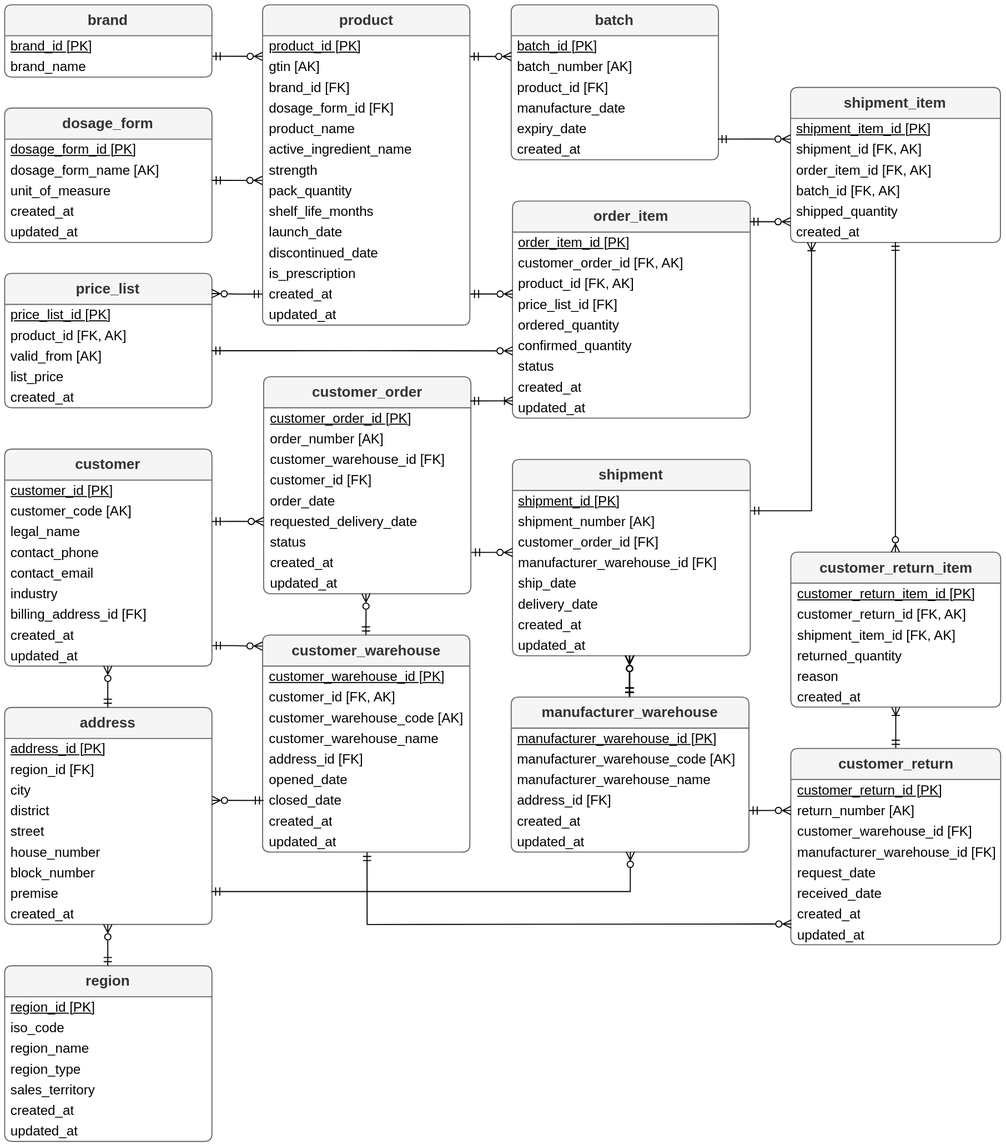
IliaTimchuk/ZIP-Data-Pipeline keeps this draw.io diagram as docs/images/ERP_entity_relationship.svg. Above is the earlier version. Source tidied: cells renumbered, new cells last; positions are measured from the earlier drawing's top-left corner, leaving out a move shared by most shapes.
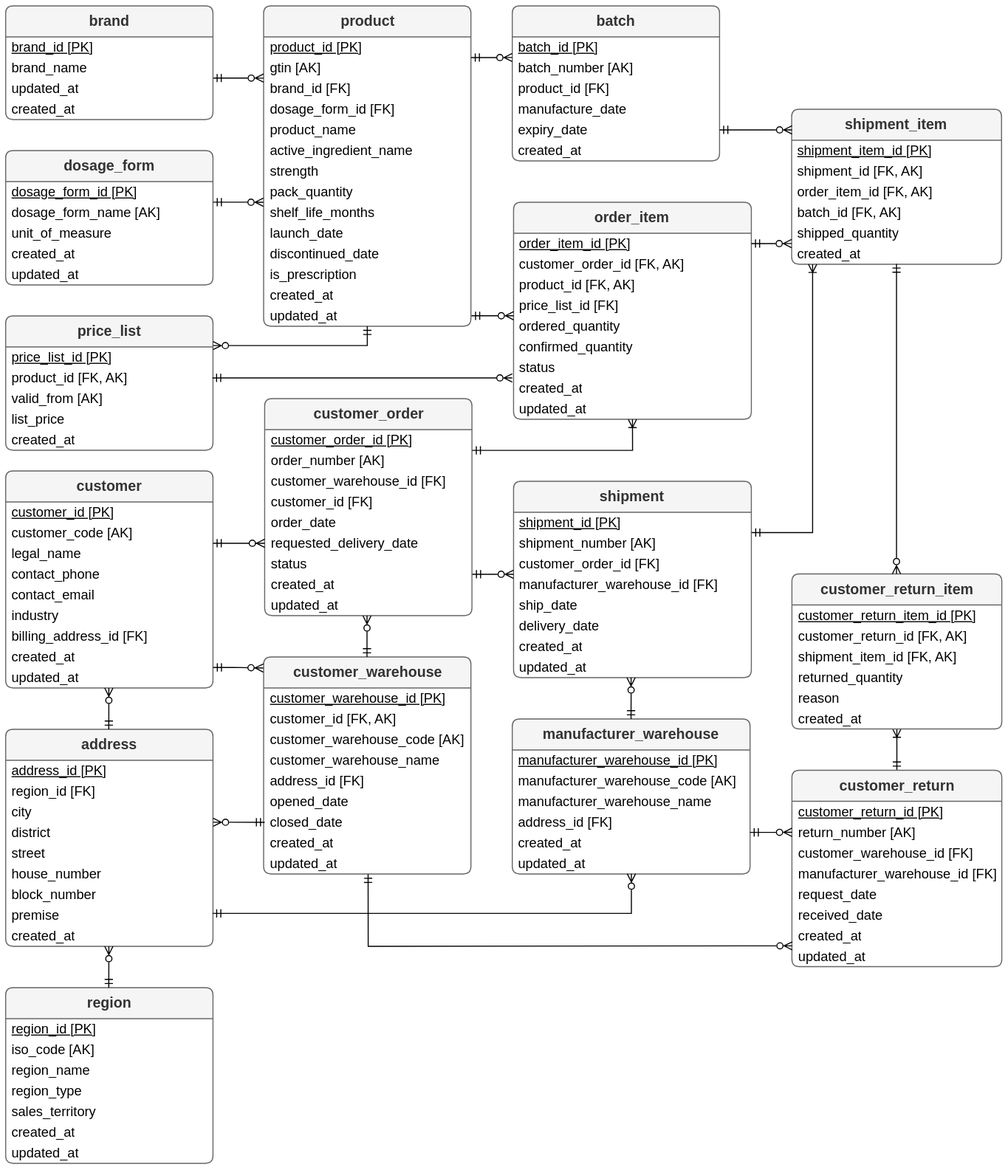
The same diagram one commit later.

Change to the diagram source:
```diff
@@ -3,7 +3,7 @@
     <mxCell id="0" />
     <mxCell id="1" parent="0" />
     <mxCell id="2" value="&lt;b&gt;&lt;font style=&quot;font-size: 14px;&quot;&gt;product&lt;/font&gt;&lt;/b&gt;" style="swimlane;fontStyle=0;horizontal=1;startSize=30;whiteSpace=wrap;html=1;rounded=1;arcSize=8;fontSize=13;fillColor=#f5f5f5;strokeColor=#666666;fontColor=#333333;" parent="1" vertex="1">
-      <mxGeometry x="249" width="200.5" height="310" as="geometry" />
+      <mxGeometry x="249" y="-20" width="200.5" height="310" as="geometry" />
     </mxCell>
     <mxCell id="3" value="&lt;u&gt;product_id [PK]&lt;/u&gt;" style="text;align=left;verticalAlign=middle;spacingLeft=4;spacingRight=4;overflow=hidden;whiteSpace=wrap;html=1;fontSize=13;" parent="2" vertex="1">
       <mxGeometry y="30" width="200.5" height="20" as="geometry" />
@@ -48,7 +48,7 @@
       <mxGeometry y="290" width="200.5" height="20" as="geometry" />
     </mxCell>
     <mxCell id="17" value="&lt;b&gt;&lt;font style=&quot;font-size: 14px;&quot;&gt;batch&lt;/font&gt;&lt;/b&gt;" style="swimlane;fontStyle=0;horizontal=1;startSize=30;whiteSpace=wrap;html=1;rounded=1;arcSize=8;fontSize=13;fillColor=#f5f5f5;fontColor=#333333;strokeColor=#666666;" parent="1" vertex="1">
-      <mxGeometry x="489.5" width="200.5" height="150" as="geometry" />
+      <mxGeometry x="489.5" y="-20" width="200.5" height="150" as="geometry" />
     </mxCell>
     <mxCell id="18" value="&lt;u&gt;batch_id [PK]&lt;/u&gt;" style="text;align=left;verticalAlign=middle;spacingLeft=4;spacingRight=4;overflow=hidden;points=[[0,0.5],[1,0.5]];portConstraint=eastwest;whiteSpace=wrap;html=1;fontSize=13;" parent="17" vertex="1">
       <mxGeometry y="30" width="200.5" height="20" as="geometry" />
@@ -69,7 +69,7 @@
       <mxGeometry y="130" width="200.5" height="20" as="geometry" />
     </mxCell>
     <mxCell id="24" value="&lt;b&gt;&lt;font style=&quot;font-size: 14px;&quot;&gt;order_item&lt;/font&gt;&lt;/b&gt;" style="swimlane;fontStyle=0;horizontal=1;startSize=30;whiteSpace=wrap;html=1;rounded=1;arcSize=8;fontSize=13;fillColor=#f5f5f5;fontColor=#333333;strokeColor=#666666;" parent="1" vertex="1">
-      <mxGeometry x="490.8" y="190" width="230" height="210" as="geometry" />
+      <mxGeometry x="490.8" y="170" width="230" height="210" as="geometry" />
     </mxCell>
     <mxCell id="25" value="&lt;u&gt;order_item_id [PK]&lt;/u&gt;" style="text;align=left;verticalAlign=middle;spacingLeft=4;spacingRight=4;overflow=hidden;points=[[0,0.5],[1,0.5]];portConstraint=eastwest;whiteSpace=wrap;html=1;fontSize=13;" parent="24" vertex="1">
       <mxGeometry y="30" width="230" height="20" as="geometry" />
@@ -101,7 +101,8 @@
     <mxCell id="34" style="edgeStyle=orthogonalEdgeStyle;rounded=0;jettySize=auto;html=1;entryX=0;entryY=0.998;entryDx=0;entryDy=0;startArrow=ERmandOne;startFill=0;endArrow=ERzeroToMany;endFill=0;fontSize=12;strokeWidth=1;entryPerimeter=0;exitX=1.001;exitY=0.002;exitDx=0;exitDy=0;exitPerimeter=0;" parent="1" edge="1" source="4" target="18">
       <mxGeometry relative="1" as="geometry">
         <Array as="points">
-          <mxPoint x="489.5" y="50" />
+          <mxPoint x="470" y="30" />
+          <mxPoint x="470" y="30" />
         </Array>
       </mxGeometry>
     </mxCell>
@@ -324,17 +325,16 @@
     <mxCell id="105" value="updated_at" style="text;align=left;verticalAlign=middle;spacingLeft=4;spacingRight=4;overflow=hidden;points=[[0,0.5],[1,0.5]];portConstraint=eastwest;whiteSpace=wrap;html=1;fontSize=13;" parent="96" vertex="1">
       <mxGeometry y="190" width="200.5" height="20" as="geometry" />
     </mxCell>
-    <mxCell id="106" style="edgeStyle=orthogonalEdgeStyle;rounded=0;jettySize=auto;html=1;endArrow=ERmandOne;endFill=0;startArrow=ERoneToMany;startFill=0;strokeWidth=1;exitX=0.001;exitY=0.168;exitDx=0;exitDy=0;exitPerimeter=0;" parent="1" edge="1" source="33">
+    <mxCell id="106" style="edgeStyle=orthogonalEdgeStyle;rounded=0;jettySize=auto;html=1;endArrow=ERmandOne;endFill=0;startArrow=ERoneToMany;startFill=0;strokeWidth=1;exitX=0.5;exitY=1.004;exitDx=0;exitDy=0;exitPerimeter=0;entryX=1.001;entryY=0.007;entryDx=0;entryDy=0;entryPerimeter=0;" parent="1" edge="1" source="33" target="78">
       <mxGeometry relative="1" as="geometry">
-        <mxPoint x="450" y="383.4" as="targetPoint" />
+        <Array as="points">
+          <mxPoint x="605.8" y="410.2" />
+        </Array>
       </mxGeometry>
     </mxCell>
-    <mxCell id="107" style="edgeStyle=orthogonalEdgeStyle;rounded=0;jettySize=auto;html=1;endArrow=ERmandOne;endFill=0;startArrow=ERzeroToMany;startFill=0;strokeWidth=1;entryX=0.998;entryY=0.095;entryDx=0;entryDy=0;entryPerimeter=0;" parent="1" edge="1" target="24">
+    <mxCell id="107" style="edgeStyle=orthogonalEdgeStyle;rounded=0;jettySize=auto;html=1;endArrow=ERmandOne;endFill=0;startArrow=ERzeroToMany;startFill=0;strokeWidth=1;entryX=1;entryY=0.5;entryDx=0;entryDy=0;" parent="1" edge="1" target="25">
       <mxGeometry relative="1" as="geometry">
         <mxPoint x="759.7" y="210" as="sourcePoint" />
-        <Array as="points">
-          <mxPoint x="729.8" y="210" />
-        </Array>
       </mxGeometry>
     </mxCell>
     <mxCell id="108" style="edgeStyle=orthogonalEdgeStyle;rounded=0;jettySize=auto;html=1;entryX=1.001;entryY=-0.017;entryDx=0;entryDy=0;entryPerimeter=0;endArrow=ERmandOne;endFill=0;startArrow=ERoneToMany;startFill=0;strokeWidth=1;" parent="1" edge="1" source="42" target="53">
@@ -359,7 +359,7 @@
         </Array>
       </mxGeometry>
     </mxCell>
-    <mxCell id="111" style="edgeStyle=orthogonalEdgeStyle;rounded=0;orthogonalLoop=1;jettySize=auto;html=1;entryX=0.482;entryY=0.979;entryDx=0;entryDy=0;entryPerimeter=0;endArrow=ERzeroToMany;endFill=0;startArrow=ERmandOne;startFill=0;strokeWidth=1.5;" parent="1" edge="1">
+    <mxCell id="111" style="edgeStyle=orthogonalEdgeStyle;rounded=0;orthogonalLoop=1;jettySize=auto;html=1;entryX=0.482;entryY=0.979;entryDx=0;entryDy=0;entryPerimeter=0;endArrow=ERzeroToMany;endFill=0;startArrow=ERmandOne;startFill=0;strokeWidth=1;" parent="1" edge="1">
       <mxGeometry relative="1" as="geometry">
         <mxPoint x="604.4" y="670" as="sourcePoint" />
         <mxPoint x="604.4" y="630" as="targetPoint" />
@@ -388,7 +388,7 @@
       </mxGeometry>
     </mxCell>
     <mxCell id="115" value="&lt;b&gt;&lt;font style=&quot;font-size: 14px;&quot;&gt;brand&lt;/font&gt;&lt;/b&gt;" style="swimlane;fontStyle=0;horizontal=1;startSize=30;whiteSpace=wrap;html=1;rounded=1;arcSize=8;fontSize=13;fillColor=#f5f5f5;fontColor=#333333;strokeColor=#666666;" parent="1" vertex="1">
-      <mxGeometry x="-0.5" width="200.5" height="70" as="geometry" />
+      <mxGeometry x="-0.5" y="-20" width="200.5" height="110" as="geometry" />
     </mxCell>
     <mxCell id="116" value="&lt;u&gt;brand_id [PK]&lt;/u&gt;" style="text;align=left;verticalAlign=middle;spacingLeft=4;spacingRight=4;overflow=hidden;whiteSpace=wrap;html=1;fontSize=13;" parent="115" vertex="1">
       <mxGeometry y="30" width="200.5" height="20" as="geometry" />
@@ -396,8 +396,14 @@
     <mxCell id="117" value="brand_name" style="text;align=left;verticalAlign=middle;spacingLeft=4;spacingRight=4;overflow=hidden;whiteSpace=wrap;html=1;fontSize=13;" parent="115" vertex="1">
       <mxGeometry y="50" width="200.5" height="20" as="geometry" />
     </mxCell>
+    <mxCell id="159" value="updated_at" style="text;align=left;verticalAlign=middle;spacingLeft=4;spacingRight=4;overflow=hidden;whiteSpace=wrap;html=1;fontSize=13;" parent="115" vertex="1">
+      <mxGeometry y="70" width="200.5" height="20" as="geometry" />
+    </mxCell>
+    <mxCell id="160" value="created_at" style="text;align=left;verticalAlign=middle;spacingLeft=4;spacingRight=4;overflow=hidden;whiteSpace=wrap;html=1;fontSize=13;" parent="115" vertex="1">
+      <mxGeometry y="90" width="200.5" height="20" as="geometry" />
+    </mxCell>
     <mxCell id="118" value="&lt;b&gt;&lt;font style=&quot;font-size: 14px;&quot;&gt;dosage_form&lt;/font&gt;&lt;/b&gt;" style="swimlane;fontStyle=0;horizontal=1;startSize=30;whiteSpace=wrap;html=1;rounded=1;arcSize=8;fontSize=13;fillColor=#f5f5f5;fontColor=#333333;strokeColor=#666666;" parent="1" vertex="1">
-      <mxGeometry x="-0.5" y="100" width="200.5" height="130" as="geometry" />
+      <mxGeometry x="-0.5" y="120" width="200.5" height="130" as="geometry" />
     </mxCell>
     <mxCell id="119" value="&lt;u&gt;dosage_form_id [PK]&lt;/u&gt;" style="text;align=left;verticalAlign=middle;spacingLeft=4;spacingRight=4;overflow=hidden;whiteSpace=wrap;html=1;fontSize=13;" parent="118" vertex="1">
       <mxGeometry y="30" width="200.5" height="20" as="geometry" />
@@ -421,7 +427,7 @@
       </mxGeometry>
     </mxCell>
     <mxCell id="125" value="&lt;b&gt;&lt;font style=&quot;font-size: 14px;&quot;&gt;price_list&lt;/font&gt;&lt;/b&gt;" style="swimlane;fontStyle=0;horizontal=1;startSize=30;whiteSpace=wrap;html=1;rounded=1;arcSize=8;fontSize=13;fillColor=#f5f5f5;fontColor=#333333;strokeColor=#666666;" parent="1" vertex="1">
-      <mxGeometry x="-0.5" y="260" width="200.5" height="130" as="geometry" />
+      <mxGeometry x="-0.5" y="280" width="200.5" height="130" as="geometry" />
     </mxCell>
     <mxCell id="126" value="&lt;u&gt;price_list_id [PK]&lt;/u&gt;" style="text;align=left;verticalAlign=middle;spacingLeft=4;spacingRight=4;overflow=hidden;whiteSpace=wrap;html=1;fontSize=13;" parent="125" vertex="1">
       <mxGeometry y="30" width="200.5" height="20" as="geometry" />
@@ -438,25 +444,30 @@
     <mxCell id="130" value="created_at" style="text;align=left;verticalAlign=middle;spacingLeft=4;spacingRight=4;overflow=hidden;whiteSpace=wrap;html=1;fontSize=13;" parent="125" vertex="1">
       <mxGeometry y="110" width="200.5" height="20" as="geometry" />
     </mxCell>
-    <mxCell id="131" style="edgeStyle=orthogonalEdgeStyle;rounded=0;jettySize=auto;html=1;endArrow=ERzeroToMany;endFill=0;startArrow=ERmandOne;startFill=0;strokeWidth=1;exitX=0;exitY=0.5;exitDx=0;exitDy=0;" parent="1" edge="1" source="15">
+    <mxCell id="131" style="edgeStyle=orthogonalEdgeStyle;rounded=0;jettySize=auto;html=1;endArrow=ERzeroToMany;endFill=0;startArrow=ERmandOne;startFill=0;strokeWidth=1;exitX=0.5;exitY=1;exitDx=0;exitDy=0;entryX=1;entryY=0.5;entryDx=0;entryDy=0;" parent="1" edge="1" source="2">
       <mxGeometry relative="1" as="geometry">
-        <mxPoint x="199.9" y="279.5" as="targetPoint" />
+        <mxPoint x="200" y="308.7" as="targetPoint" />
         <Array as="points">
-          <mxPoint x="224.7" y="280" />
+          <mxPoint x="349.3" y="308.7" />
         </Array>
       </mxGeometry>
     </mxCell>
-    <mxCell id="132" style="edgeStyle=orthogonalEdgeStyle;rounded=0;jettySize=auto;html=1;endArrow=ERzeroToMany;endFill=0;startArrow=ERmandOne;startFill=0;strokeWidth=1;entryX=0;entryY=0.5;entryDx=0;entryDy=0;exitX=0.999;exitY=0.242;exitDx=0;exitDy=0;exitPerimeter=0;" parent="1" edge="1" source="128">
+    <mxCell id="132" style="edgeStyle=orthogonalEdgeStyle;rounded=0;orthogonalLoop=1;jettySize=auto;html=1;endArrow=ERzeroToMany;endFill=0;startArrow=ERmandOne;startFill=0;strokeWidth=1;exitX=1;exitY=0.743;exitDx=0;exitDy=0;exitPerimeter=0;" parent="1" edge="1">
       <mxGeometry relative="1" as="geometry">
-        <mxPoint x="490.8" y="334.9" as="targetPoint" />
+        <mxPoint x="199.5" y="340" as="sourcePoint" />
+        <mxPoint x="489.5" y="340" as="targetPoint" />
+        <Array as="points">
+          <mxPoint x="349.5" y="340.1" />
+          <mxPoint x="349.5" y="340.1" />
+        </Array>
       </mxGeometry>
     </mxCell>
     <mxCell id="133" style="edgeStyle=orthogonalEdgeStyle;rounded=0;orthogonalLoop=1;jettySize=auto;html=1;endArrow=ERmandOne;endFill=0;startArrow=ERzeroToMany;startFill=0;strokeWidth=1;" parent="1" edge="1">
       <mxGeometry relative="1" as="geometry">
-        <mxPoint x="759.6" y="130" as="sourcePoint" />
-        <mxPoint x="689.5" y="130" as="targetPoint" />
+        <mxPoint x="760.1" y="100" as="sourcePoint" />
+        <mxPoint x="690" y="100" as="targetPoint" />
         <Array as="points">
-          <mxPoint x="729.4" y="130" />
+          <mxPoint x="729.9" y="100" />
         </Array>
       </mxGeometry>
     </mxCell>
@@ -472,7 +483,7 @@
     <mxCell id="136" value="&lt;u&gt;region_id [PK]&lt;/u&gt;" style="text;align=left;verticalAlign=middle;spacingLeft=4;spacingRight=4;overflow=hidden;whiteSpace=wrap;html=1;fontSize=13;" parent="135" vertex="1">
       <mxGeometry y="30" width="200.5" height="20" as="geometry" />
     </mxCell>
-    <mxCell id="137" value="iso_code" style="text;align=left;verticalAlign=middle;spacingLeft=4;spacingRight=4;overflow=hidden;whiteSpace=wrap;html=1;fontSize=13;" parent="135" vertex="1">
+    <mxCell id="137" value="iso_code [AK]" style="text;align=left;verticalAlign=middle;spacingLeft=4;spacingRight=4;overflow=hidden;whiteSpace=wrap;html=1;fontSize=13;" parent="135" vertex="1">
       <mxGeometry y="50" width="200.5" height="20" as="geometry" />
     </mxCell>
     <mxCell id="138" value="region_name" style="text;align=left;verticalAlign=middle;spacingLeft=4;spacingRight=4;overflow=hidden;whiteSpace=wrap;html=1;fontSize=13;" parent="135" vertex="1">
```
